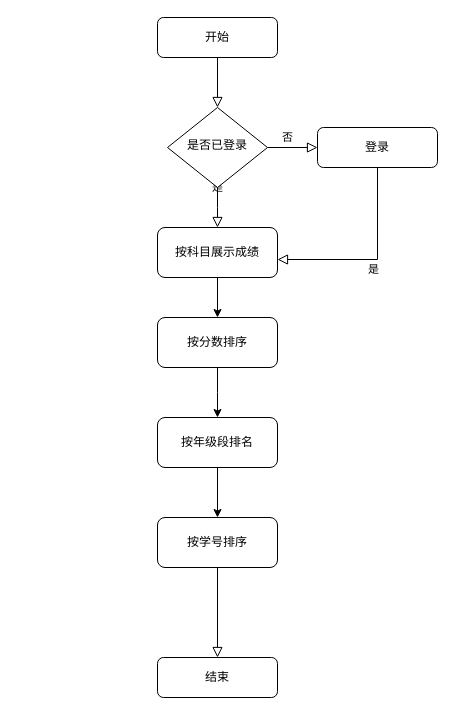
creazy412/none keeps this draw.io diagram as 成绩管理-列表.drawio. Above is the earlier version. Source tidied: cells renumbered, new cells numbered last; positions are measured from the earlier drawing's top-left corner, leaving out a move shared by most shapes. Both pictures are drawn from the tidied source at 100%, with x=0, y=0 at pixel (157, 17).
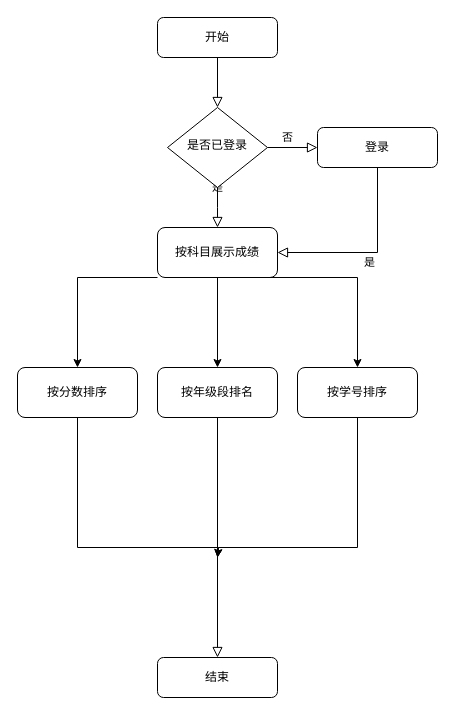
The same page after the edit.

Commit message (it also covers changes not shown here):
更新成绩管理-列表.drawio

The change refers to these unchanged cells:
```xml
<mxCell id="7" value="登录" style="rounded=1;whiteSpace=wrap;html=1;fontSize=12;glass=0;strokeWidth=1;shadow=0;" parent="1" vertex="1">
  <mxGeometry x="160" y="110" width="120" height="40" as="geometry" />
</mxCell>
<mxCell id="11" value="结束" style="rounded=1;whiteSpace=wrap;html=1;fontSize=12;glass=0;strokeWidth=1;shadow=0;" parent="1" vertex="1">
  <mxGeometry y="640" width="120" height="40" as="geometry" />
</mxCell>
<mxCell id="14" value="按科目展示成绩" style="rounded=1;whiteSpace=wrap;html=1;fontSize=12;glass=0;strokeWidth=1;shadow=0;" parent="1" vertex="1">
  <mxGeometry y="210" width="120" height="50" as="geometry" />
</mxCell>
```

Diff of the diagram source:
```diff
@@
-    <mxCell id="8" style="rounded=0;html=1;jettySize=auto;fontSize=11;endArrow=block;endFill=0;endSize=8;strokeWidth=1;shadow=0;labelBackgroundColor=none;edgeStyle=orthogonalEdgeStyle;exitX=0.5;exitY=1;exitDx=0;exitDy=0;" parent="1" edge="1" source="12" target="11">
+    <mxCell id="8" style="rounded=0;html=1;jettySize=auto;fontSize=11;endArrow=block;endFill=0;endSize=8;strokeWidth=1;shadow=0;labelBackgroundColor=none;edgeStyle=orthogonalEdgeStyle;exitX=0.5;exitY=1;exitDx=0;exitDy=0;" parent="1" edge="1" source="17" target="11">
       <mxGeometry x="0.34" y="20" relative="1" as="geometry" />
     </mxCell>
-    <mxCell id="9" value="是" style="edgeStyle=orthogonalEdgeStyle;rounded=0;html=1;jettySize=auto;fontSize=11;endArrow=block;endFill=0;endSize=8;strokeWidth=1;shadow=0;labelBackgroundColor=none;exitX=0.5;exitY=1;exitDx=0;exitDy=0;entryX=1;entryY=0.64;entryDx=0;entryDy=0;entryPerimeter=0;" parent="1" edge="1" source="7" target="14">
+    <mxCell id="9" value="是" style="edgeStyle=orthogonalEdgeStyle;rounded=0;html=1;jettySize=auto;fontSize=11;endArrow=block;endFill=0;endSize=8;strokeWidth=1;shadow=0;labelBackgroundColor=none;exitX=0.5;exitY=1;exitDx=0;exitDy=0;entryX=1;entryY=0.5;entryDx=0;entryDy=0;" parent="1" edge="1" source="7" target="14">
       <mxGeometry y="10" relative="1" as="geometry" />
     </mxCell>
-    <mxCell id="10" style="edgeStyle=orthogonalEdgeStyle;rounded=0;jettySize=auto;html=1;exitX=0.5;exitY=1;exitDx=0;exitDy=0;" parent="1" edge="1" source="15">
-      <mxGeometry relative="1" as="geometry">
-        <mxPoint x="60" y="400" as="targetPoint" />
-      </mxGeometry>
+    <mxCell id="10" style="edgeStyle=orthogonalEdgeStyle;rounded=0;jettySize=auto;html=1;exitX=0.5;exitY=1;exitDx=0;exitDy=0;entryX=0.5;entryY=0;entryDx=0;entryDy=0;" parent="1" edge="1" source="14" target="17">
+      <mxGeometry relative="1" as="geometry" />
     </mxCell>
@@
+    <mxCell id="18" style="edgeStyle=orthogonalEdgeStyle;rounded=0;jettySize=auto;html=1;" parent="1" edge="1" source="12">
+      <mxGeometry relative="1" as="geometry">
+        <mxPoint x="60" y="540" as="targetPoint" />
+        <Array as="points">
+          <mxPoint x="200" y="530" />
+          <mxPoint x="61" y="530" />
+        </Array>
+      </mxGeometry>
+    </mxCell>
     <mxCell id="12" value="按学号排序" style="rounded=1;whiteSpace=wrap;html=1;fontSize=12;glass=0;strokeWidth=1;shadow=0;" parent="1" vertex="1">
-      <mxGeometry y="500" width="120" height="50" as="geometry" />
+      <mxGeometry x="140" y="350" width="120" height="50" as="geometry" />
     </mxCell>
     <mxCell id="13" style="edgeStyle=orthogonalEdgeStyle;rounded=0;jettySize=auto;html=1;" parent="1" edge="1" source="14" target="15">
-      <mxGeometry relative="1" as="geometry" />
+      <mxGeometry relative="1" as="geometry">
+        <Array as="points">
+          <mxPoint x="-80" y="260" />
+        </Array>
+      </mxGeometry>
     </mxCell>
@@
+    <mxCell id="19" style="edgeStyle=orthogonalEdgeStyle;rounded=0;jettySize=auto;html=1;" parent="1" edge="1" source="15">
+      <mxGeometry relative="1" as="geometry">
+        <mxPoint x="60" y="540" as="targetPoint" />
+        <Array as="points">
+          <mxPoint x="-80" y="530" />
+          <mxPoint x="61" y="530" />
+        </Array>
+      </mxGeometry>
+    </mxCell>
     <mxCell id="15" value="按分数排序" style="rounded=1;whiteSpace=wrap;html=1;fontSize=12;glass=0;strokeWidth=1;shadow=0;" parent="1" vertex="1">
-      <mxGeometry y="300" width="120" height="50" as="geometry" />
+      <mxGeometry x="-140" y="350" width="120" height="50" as="geometry" />
     </mxCell>
-    <mxCell id="16" style="edgeStyle=orthogonalEdgeStyle;rounded=0;jettySize=auto;html=1;" parent="1" edge="1" source="17" target="12">
-      <mxGeometry relative="1" as="geometry" />
+    <mxCell id="16" style="edgeStyle=orthogonalEdgeStyle;rounded=0;jettySize=auto;html=1;exitX=0.75;exitY=1;exitDx=0;exitDy=0;" parent="1" edge="1" source="14" target="12">
+      <mxGeometry relative="1" as="geometry">
+        <Array as="points">
+          <mxPoint x="200" y="260" />
+        </Array>
+      </mxGeometry>
     </mxCell>
     <mxCell id="17" value="按年级段排名" style="rounded=1;whiteSpace=wrap;html=1;fontSize=12;glass=0;strokeWidth=1;shadow=0;" parent="1" vertex="1">
-      <mxGeometry y="400" width="120" height="50" as="geometry" />
+      <mxGeometry y="350" width="120" height="50" as="geometry" />
     </mxCell>
```
